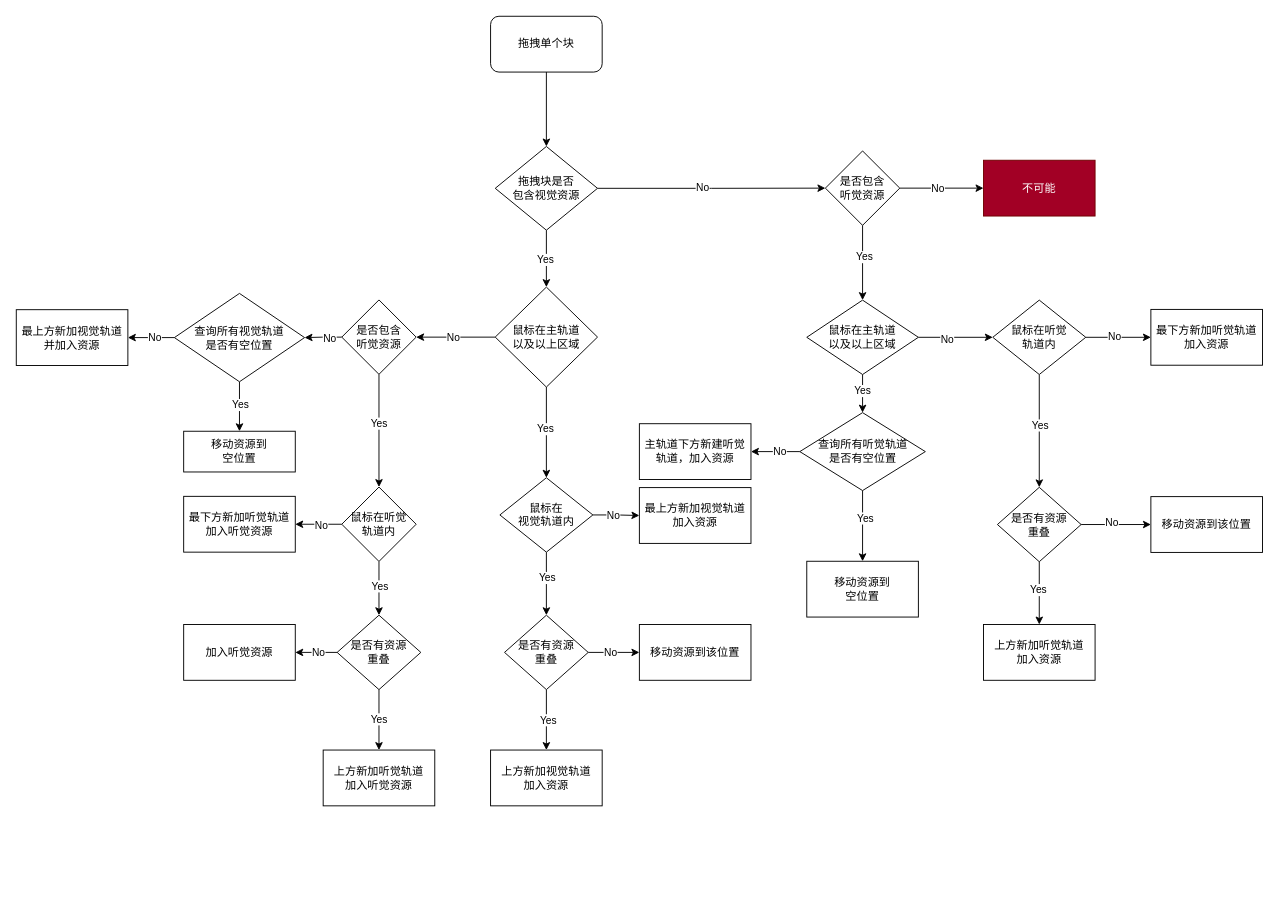
This is page "单块移动" (2 of 5) of drag flow.drawio from macfanr/drawio, a draw.io file, before an edit. Source tidied: cells renumbered, new cells numbered last; positions are measured from the earlier drawing's top-left corner, leaving out a move shared by most shapes. Both pictures are drawn from the tidied source at 93%, with x=0, y=0 at pixel (16, 16).
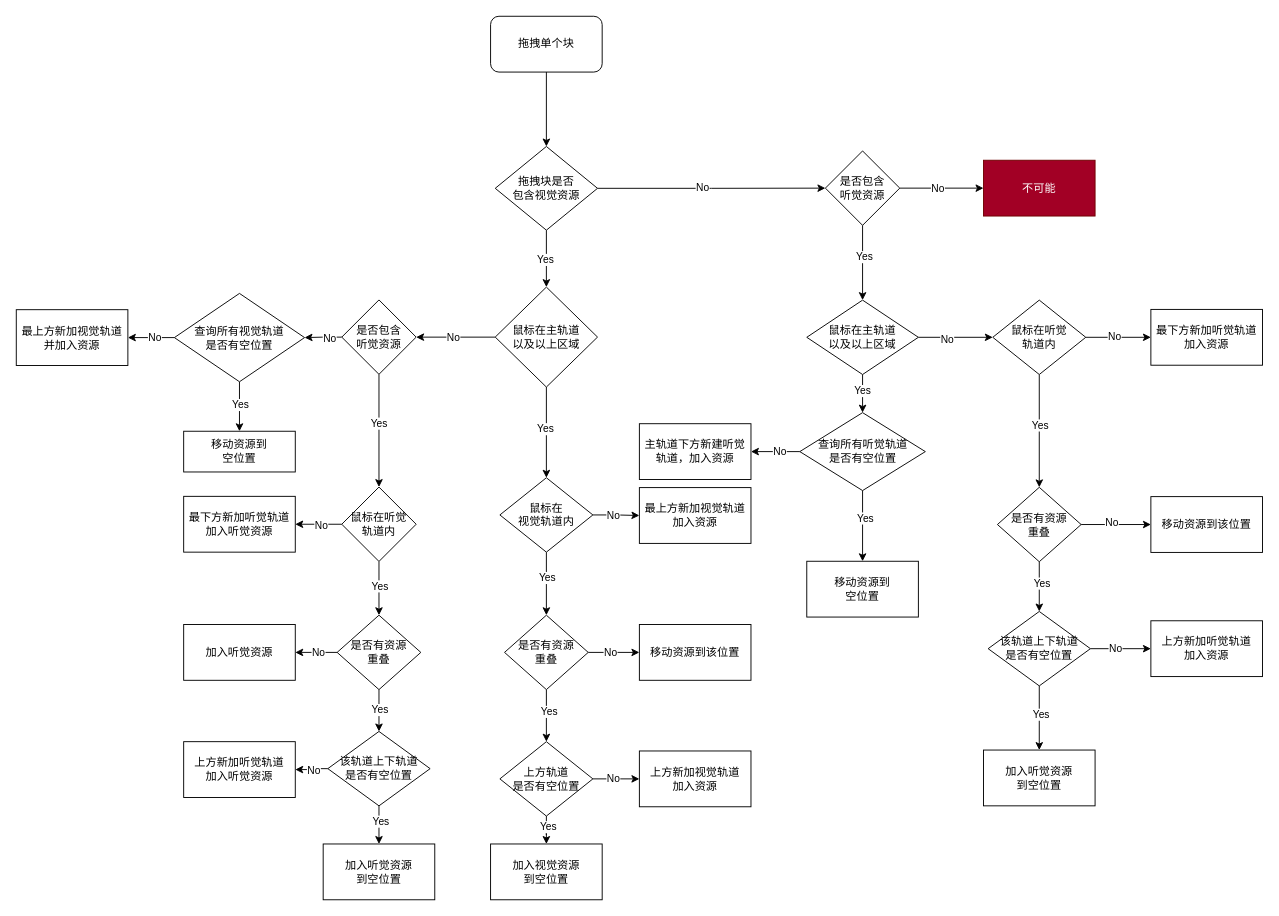
The same diagram, later.

Unchanged cells that the change refers to:
```xml
<mxCell id="29" value="是否有资源&lt;br&gt;重叠" style="rhombus;whiteSpace=wrap;html=1;" parent="1" vertex="1">
  <mxGeometry x="1055" y="506.5" width="90" height="80" as="geometry" />
</mxCell>
<mxCell id="61" value="是否有资源&lt;br&gt;重叠" style="rhombus;whiteSpace=wrap;html=1;" parent="1" vertex="1">
  <mxGeometry x="345" y="644" width="90" height="80" as="geometry" />
</mxCell>
<mxCell id="69" value="是否有资源&lt;br&gt;重叠" style="rhombus;whiteSpace=wrap;html=1;" parent="1" vertex="1">
  <mxGeometry x="525" y="644" width="90" height="80" as="geometry" />
</mxCell>
```

What changed in the source:
```diff
@@
-    <mxCell id="27" style="edgeStyle=orthogonalEdgeStyle;rounded=0;jettySize=auto;html=1;entryX=0.5;entryY=0;entryDx=0;entryDy=0;" parent="1" edge="1" source="29" target="32">
-      <mxGeometry relative="1" as="geometry" />
-    </mxCell>
-    <mxCell id="28" value="Yes" style="edgeLabel;html=1;align=center;verticalAlign=middle;" parent="27" vertex="1">
-      <mxGeometry x="-0.1" y="-2" relative="1" as="geometry" />
-    </mxCell>
+    <mxCell id="83" style="edgeStyle=orthogonalEdgeStyle;rounded=0;jettySize=auto;html=1;" parent="1" edge="1" source="29" target="105">
+      <mxGeometry relative="1" as="geometry" />
+    </mxCell>
+    <mxCell id="84" value="Yes" style="edgeLabel;html=1;align=center;verticalAlign=middle;" parent="83" vertex="1">
+      <mxGeometry x="-0.14" y="2" relative="1" as="geometry" />
+    </mxCell>
@@
     <mxCell id="32" value="上方新加听觉轨道&lt;br&gt;加入资源" style="whiteSpace=wrap;html=1;" parent="1" vertex="1">
-      <mxGeometry x="1040" y="654" width="120" height="60" as="geometry" />
+      <mxGeometry x="1220" y="650" width="120" height="60" as="geometry" />
     </mxCell>
@@
-    <mxCell id="57" style="edgeStyle=orthogonalEdgeStyle;rounded=0;jettySize=auto;html=1;" parent="1" edge="1" source="61" target="62">
-      <mxGeometry relative="1" as="geometry" />
-    </mxCell>
-    <mxCell id="58" value="Yes" style="edgeLabel;html=1;align=center;verticalAlign=middle;" parent="57" vertex="1">
-      <mxGeometry x="-0.04" y="-1" relative="1" as="geometry" />
-    </mxCell>
@@
+    <mxCell id="85" style="edgeStyle=orthogonalEdgeStyle;rounded=0;jettySize=auto;html=1;" parent="1" edge="1" source="61" target="93">
+      <mxGeometry relative="1" as="geometry" />
+    </mxCell>
+    <mxCell id="86" value="Yes" style="edgeLabel;html=1;align=center;verticalAlign=middle;" parent="85" vertex="1">
+      <mxGeometry x="-0.07" relative="1" as="geometry" />
+    </mxCell>
@@
     <mxCell id="62" value="&lt;span&gt;上方新加听觉轨道&lt;/span&gt;&lt;br&gt;加入听觉资源" style="whiteSpace=wrap;html=1;" parent="1" vertex="1">
-      <mxGeometry x="330" y="789" width="120" height="60" as="geometry" />
+      <mxGeometry x="180" y="780" width="120" height="60" as="geometry" />
     </mxCell>
@@
-    <mxCell id="65" style="edgeStyle=orthogonalEdgeStyle;rounded=0;jettySize=auto;html=1;" parent="1" edge="1" source="69" target="70">
-      <mxGeometry relative="1" as="geometry" />
-    </mxCell>
-    <mxCell id="66" value="Yes" style="edgeLabel;html=1;align=center;verticalAlign=middle;" parent="65" vertex="1">
-      <mxGeometry x="-0.06" y="1" relative="1" as="geometry">
-        <mxPoint y="1" as="offset" />
-      </mxGeometry>
-    </mxCell>
@@
+    <mxCell id="87" style="edgeStyle=orthogonalEdgeStyle;rounded=0;jettySize=auto;html=1;" parent="1" edge="1" source="69" target="99">
+      <mxGeometry relative="1" as="geometry" />
+    </mxCell>
+    <mxCell id="88" value="Yes" style="edgeLabel;html=1;align=center;verticalAlign=middle;" parent="87" vertex="1">
+      <mxGeometry x="-0.18" y="2" relative="1" as="geometry" />
+    </mxCell>
@@
     <mxCell id="70" value="上方新加视觉轨道&lt;br&gt;加入资源" style="whiteSpace=wrap;html=1;" parent="1" vertex="1">
-      <mxGeometry x="510" y="789" width="120" height="60" as="geometry" />
+      <mxGeometry x="670" y="790" width="120" height="60" as="geometry" />
     </mxCell>
@@
+    <mxCell id="89" style="edgeStyle=orthogonalEdgeStyle;rounded=0;jettySize=auto;html=1;" parent="1" edge="1" source="93" target="62">
+      <mxGeometry relative="1" as="geometry" />
+    </mxCell>
+    <mxCell id="90" value="No" style="edgeLabel;html=1;align=center;verticalAlign=middle;" parent="89" vertex="1">
+      <mxGeometry x="0.28" relative="1" as="geometry">
+        <mxPoint x="6" as="offset" />
+      </mxGeometry>
+    </mxCell>
+    <mxCell id="91" style="edgeStyle=orthogonalEdgeStyle;rounded=0;jettySize=auto;html=1;" parent="1" edge="1" source="93" target="94">
+      <mxGeometry relative="1" as="geometry" />
+    </mxCell>
+    <mxCell id="92" value="Yes" style="edgeLabel;html=1;align=center;verticalAlign=middle;" parent="91" vertex="1">
+      <mxGeometry x="-0.22" y="1" relative="1" as="geometry" />
+    </mxCell>
+    <mxCell id="93" value="该轨道上下轨道&lt;br&gt;是否有空位置" style="rhombus;whiteSpace=wrap;html=1;" parent="1" vertex="1">
+      <mxGeometry x="335" y="769" width="110" height="80" as="geometry" />
+    </mxCell>
+    <mxCell id="94" value="加入听觉资源&lt;br&gt;到空位置" style="whiteSpace=wrap;html=1;" parent="1" vertex="1">
+      <mxGeometry x="330" y="890" width="120" height="60" as="geometry" />
+    </mxCell>
+    <mxCell id="95" style="edgeStyle=orthogonalEdgeStyle;rounded=0;jettySize=auto;html=1;" parent="1" edge="1" source="99" target="70">
+      <mxGeometry relative="1" as="geometry" />
+    </mxCell>
+    <mxCell id="96" value="No" style="edgeLabel;html=1;align=center;verticalAlign=middle;" parent="95" vertex="1">
+      <mxGeometry x="-0.16" y="1" relative="1" as="geometry" />
+    </mxCell>
+    <mxCell id="97" style="edgeStyle=orthogonalEdgeStyle;rounded=0;jettySize=auto;html=1;" parent="1" edge="1" source="99" target="100">
+      <mxGeometry relative="1" as="geometry" />
+    </mxCell>
+    <mxCell id="98" value="Yes" style="edgeLabel;html=1;align=center;verticalAlign=middle;" parent="97" vertex="1">
+      <mxGeometry x="0.24" y="1" relative="1" as="geometry" />
+    </mxCell>
+    <mxCell id="99" value="上方轨道&lt;br&gt;是否有空位置" style="rhombus;whiteSpace=wrap;html=1;" parent="1" vertex="1">
+      <mxGeometry x="520" y="780" width="100" height="80" as="geometry" />
+    </mxCell>
+    <mxCell id="100" value="&lt;span&gt;加入视觉资源&lt;/span&gt;&lt;br&gt;&lt;span&gt;到空位置&lt;/span&gt;" style="whiteSpace=wrap;html=1;" parent="1" vertex="1">
+      <mxGeometry x="510" y="890" width="120" height="60" as="geometry" />
+    </mxCell>
+    <mxCell id="101" style="edgeStyle=orthogonalEdgeStyle;rounded=0;jettySize=auto;html=1;" parent="1" edge="1" source="105" target="32">
+      <mxGeometry relative="1" as="geometry" />
+    </mxCell>
+    <mxCell id="102" value="No" style="edgeLabel;html=1;align=center;verticalAlign=middle;" parent="101" vertex="1">
+      <mxGeometry x="-0.2" y="1" relative="1" as="geometry" />
+    </mxCell>
+    <mxCell id="103" style="edgeStyle=orthogonalEdgeStyle;rounded=0;jettySize=auto;html=1;" parent="1" edge="1" source="105" target="106">
+      <mxGeometry relative="1" as="geometry" />
+    </mxCell>
+    <mxCell id="104" value="Yes" style="edgeLabel;html=1;align=center;verticalAlign=middle;" parent="103" vertex="1">
+      <mxGeometry x="-0.13" y="1" relative="1" as="geometry" />
+    </mxCell>
+    <mxCell id="105" value="该轨道上下轨道&lt;br&gt;是否有空位置" style="rhombus;whiteSpace=wrap;html=1;" parent="1" vertex="1">
+      <mxGeometry x="1045" y="640" width="110" height="80" as="geometry" />
+    </mxCell>
+    <mxCell id="106" value="&lt;span&gt;加入听觉资源&lt;/span&gt;&lt;br&gt;&lt;span&gt;到空位置&lt;/span&gt;" style="whiteSpace=wrap;html=1;" parent="1" vertex="1">
+      <mxGeometry x="1040" y="789" width="120" height="60" as="geometry" />
+    </mxCell>
+    <mxCell id="107" style="edgeStyle=orthogonalEdgeStyle;rounded=0;orthogonalLoop=1;jettySize=auto;html=1;exitX=0.5;exitY=1;exitDx=0;exitDy=0;" parent="1" edge="1" source="106" target="106">
+      <mxGeometry relative="1" as="geometry" />
+    </mxCell>
```
